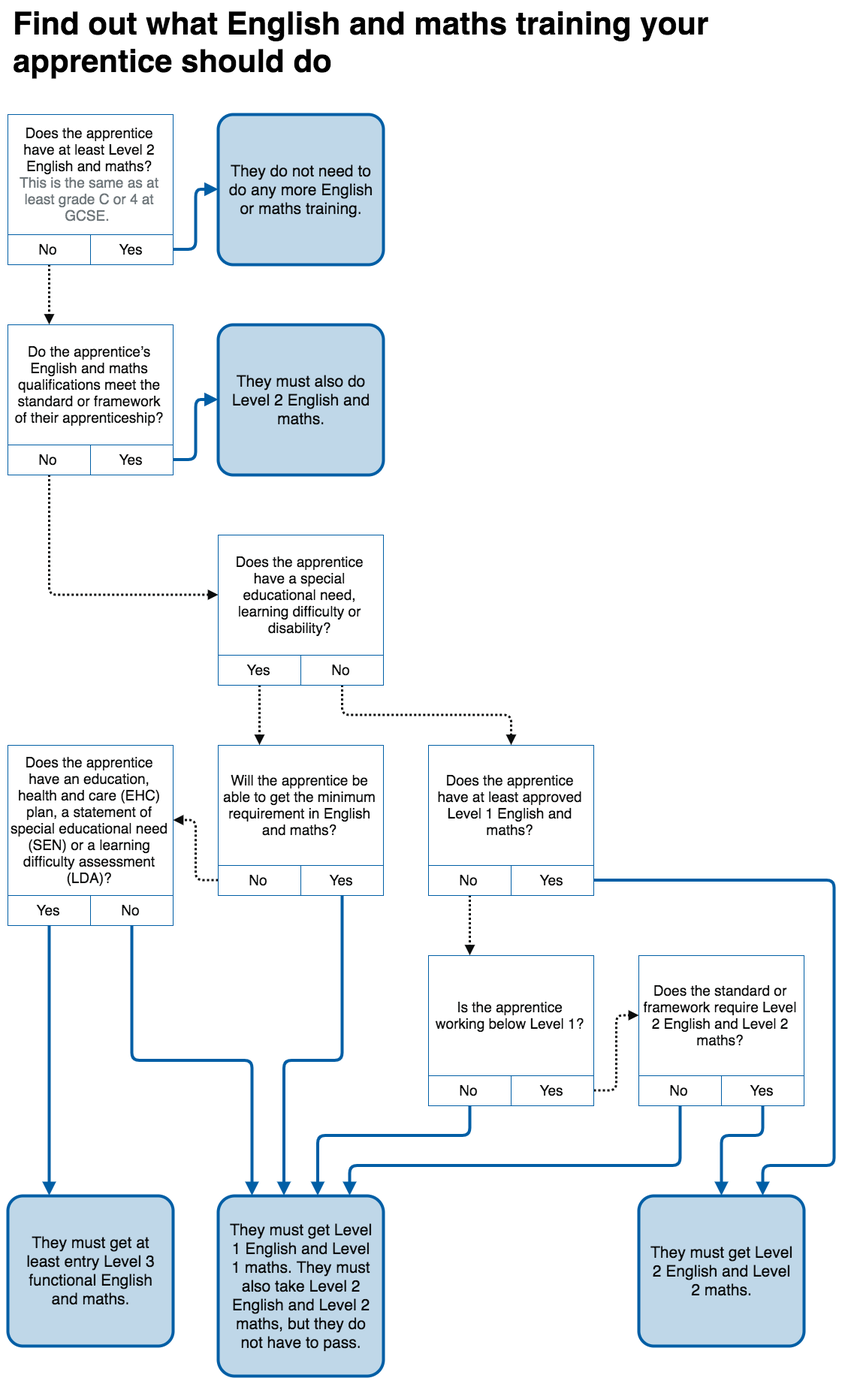
SkillsFundingAgency/das-employer-funding-rules keeps this draw.io diagram as app/assets/images/english-maths-flow-5.png. Above is the earlier version. Source tidied: cells renumbered, new cells last; positions are measured from the earlier drawing's top-left corner, leaving out a move shared by most shapes.
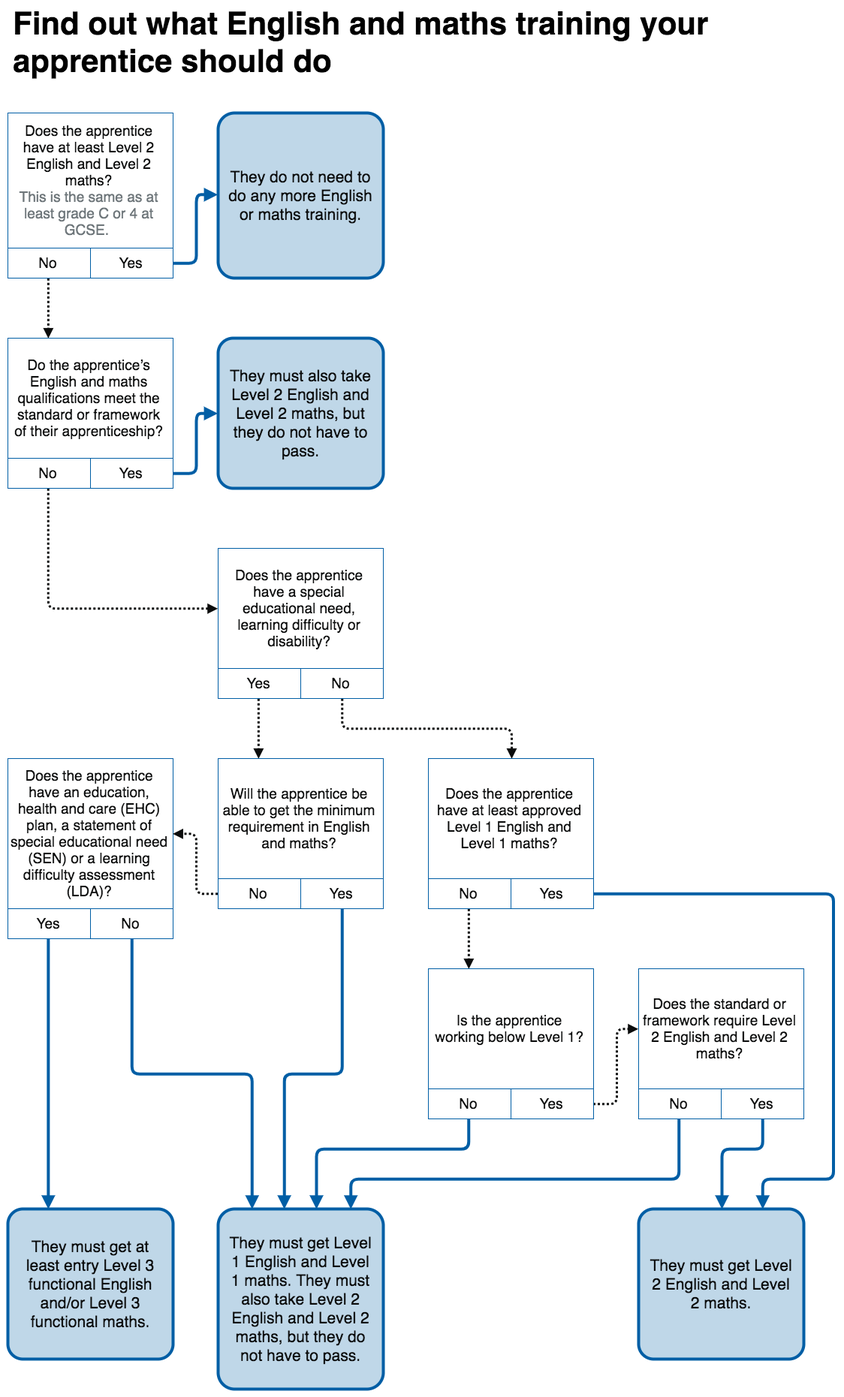
The same file after the commit.

Commit message:
updated flow chart

Diff of the diagram source:
```diff
@@ -3,13 +3,13 @@
     <mxCell id="0" />
     <mxCell id="1" parent="0" />
     <mxCell id="2" style="rounded=0;whiteSpace=wrap;html=1;fontSize=42;strokeColor=none;fillColor=#ffffff;" parent="1" vertex="1">
-      <mxGeometry y="2" width="1120" height="1840" as="geometry" />
+      <mxGeometry y="-18" width="1120" height="1860" as="geometry" />
     </mxCell>
     <mxCell id="3" value="Find out what English and maths training your apprentice should do" style="text;html=1;fontStyle=1;fontSize=42;whiteSpace=wrap;" parent="1" vertex="1">
-      <mxGeometry x="15" width="1000" height="120" as="geometry" />
+      <mxGeometry x="15" y="-18" width="1000" height="120" as="geometry" />
     </mxCell>
-    <mxCell id="4" value="&lt;div title=&quot;Page 1&quot; style=&quot;font-size: 19px&quot;&gt;&lt;div style=&quot;font-size: 19px&quot;&gt;&lt;div style=&quot;font-size: 19px&quot;&gt;&lt;p style=&quot;font-size: 19px&quot;&gt;&lt;span id=&quot;docs-internal-guid-619a9b69-7fff-7688-9db4-f0533b883fa8&quot;&gt;&lt;span&gt;Does the apprentice have at least Level 2 English and maths?&lt;br&gt;&lt;/span&gt;&lt;/span&gt;&lt;font color=&quot;#6f777b&quot;&gt;&lt;span id=&quot;docs-internal-guid-0d3aa4b9-7fff-86e9-03e1-5b283f02abb9&quot;&gt;&lt;span&gt;This is the same as at least &lt;/span&gt;&lt;span&gt;grade C or 4&lt;/span&gt;&lt;span&gt; at GCSE.&lt;/span&gt;&lt;/span&gt;&amp;nbsp;&lt;/font&gt;&lt;/p&gt;&lt;/div&gt;&lt;/div&gt;&lt;/div&gt;" style="text;html=1;strokeColor=#005ea5;fillColor=#FFFFFF;align=center;verticalAlign=middle;whiteSpace=wrap;rounded=0;shadow=0;arcSize=4;spacingLeft=5;spacingBottom=0;spacingTop=0;spacingRight=6;fontColor=#0b0c0c;fontSize=19;strokeWidth=1;" parent="1" vertex="1">
-      <mxGeometry x="10" y="152" width="220" height="160" as="geometry" />
+    <mxCell id="4" value="&lt;div title=&quot;Page 1&quot; style=&quot;font-size: 19px&quot;&gt;&lt;div style=&quot;font-size: 19px&quot;&gt;&lt;div style=&quot;font-size: 19px&quot;&gt;&lt;p style=&quot;font-size: 19px&quot;&gt;&lt;span id=&quot;docs-internal-guid-619a9b69-7fff-7688-9db4-f0533b883fa8&quot;&gt;&lt;span id=&quot;docs-internal-guid-149b77d1-7fff-222d-6128-592a463deae2&quot;&gt;&lt;span&gt;Does the apprentice have at least Level 2 English and Level 2 maths?&lt;/span&gt;&lt;/span&gt;&lt;span&gt;&lt;br&gt;&lt;/span&gt;&lt;/span&gt;&lt;font color=&quot;#6f777b&quot;&gt;&lt;span id=&quot;docs-internal-guid-0d3aa4b9-7fff-86e9-03e1-5b283f02abb9&quot;&gt;&lt;span&gt;This is the same as at least &lt;/span&gt;&lt;span&gt;grade C or 4&lt;/span&gt;&lt;span&gt; at GCSE.&lt;/span&gt;&lt;/span&gt;&amp;nbsp;&lt;/font&gt;&lt;/p&gt;&lt;/div&gt;&lt;/div&gt;&lt;/div&gt;" style="text;html=1;strokeColor=#005ea5;fillColor=#FFFFFF;align=center;verticalAlign=middle;whiteSpace=wrap;rounded=0;shadow=0;arcSize=4;spacingLeft=5;spacingBottom=0;spacingTop=0;spacingRight=6;fontColor=#0b0c0c;fontSize=19;strokeWidth=1;" parent="1" vertex="1">
+      <mxGeometry x="10" y="132" width="220" height="180" as="geometry" />
     </mxCell>
     <mxCell id="5" style="edgeStyle=orthogonalEdgeStyle;rounded=1;jettySize=auto;html=1;exitX=0.5;exitY=1;exitDx=0;exitDy=0;entryX=0.25;entryY=0;entryDx=0;entryDy=0;fontSize=12;fontColor=#0b0c0c;strokeColor=#0B0C0C;strokeWidth=3;endFill=1;endArrow=block;endSize=6;startSize=6;dashed=1;dashPattern=1 1;" parent="1" edge="1" source="6" target="10">
       <mxGeometry relative="1" as="geometry" />
@@ -24,7 +24,7 @@
       <mxGeometry x="120" y="312" width="110" height="40" as="geometry" />
     </mxCell>
     <mxCell id="9" value="&lt;div title=&quot;Page 1&quot; style=&quot;font-size: 21px&quot;&gt;&lt;div style=&quot;font-size: 21px&quot;&gt;&lt;div style=&quot;font-size: 21px&quot;&gt;&lt;p style=&quot;font-size: 21px&quot;&gt;&lt;span id=&quot;docs-internal-guid-041618bf-7fff-ed1a-0702-a3ffd5bd8b3d&quot;&gt;&lt;span&gt;They do not need to do any more English or maths training.&lt;/span&gt;&lt;/span&gt;&lt;br&gt;&lt;/p&gt;&lt;/div&gt;&lt;/div&gt;&lt;/div&gt;" style="text;html=1;strokeColor=#005EA5;fillColor=#BFD7E8;align=center;verticalAlign=middle;whiteSpace=wrap;rounded=1;shadow=0;arcSize=10;spacingLeft=10;spacingBottom=5;spacingTop=5;spacingRight=10;fontColor=#0b0c0c;fontSize=21;strokeWidth=4;perimeterSpacing=0;" parent="1" vertex="1">
-      <mxGeometry x="290" y="152" width="220" height="200" as="geometry" />
+      <mxGeometry x="290" y="132" width="220" height="220" as="geometry" />
     </mxCell>
     <mxCell id="10" value="&lt;div title=&quot;Page 1&quot; style=&quot;font-size: 19px&quot;&gt;&lt;div style=&quot;font-size: 19px&quot;&gt;&lt;div style=&quot;font-size: 19px&quot;&gt;&lt;p style=&quot;font-size: 19px&quot;&gt;&lt;span id=&quot;docs-internal-guid-953ac3ef-7fff-beaa-cc6a-ce8884358d09&quot;&gt;&lt;span&gt;Do the apprentice’s English and maths qualifications meet the standard or framework of their apprenticeship?&lt;/span&gt;&lt;/span&gt;&lt;br&gt;&lt;/p&gt;&lt;/div&gt;&lt;/div&gt;&lt;/div&gt;" style="text;html=1;strokeColor=#005ea5;fillColor=#FFFFFF;align=center;verticalAlign=middle;whiteSpace=wrap;rounded=0;shadow=0;arcSize=4;spacingLeft=5;spacingBottom=0;spacingTop=0;spacingRight=6;fontColor=#0b0c0c;fontSize=19;strokeWidth=1;" parent="1" vertex="1">
       <mxGeometry x="10" y="432" width="220" height="160" as="geometry" />
@@ -41,7 +41,7 @@
     <mxCell id="14" value="&lt;div title=&quot;Page 1&quot; style=&quot;font-size: 19px&quot;&gt;&lt;div style=&quot;font-size: 19px&quot;&gt;&lt;div style=&quot;font-size: 19px&quot;&gt;&lt;p style=&quot;font-size: 19px&quot;&gt;&lt;span style=&quot;font-size: 19px&quot;&gt;Yes&lt;/span&gt;&lt;/p&gt;&lt;/div&gt;&lt;/div&gt;&lt;/div&gt;" style="text;html=1;strokeColor=#005ea5;fillColor=#FFFFFF;align=center;verticalAlign=middle;whiteSpace=wrap;rounded=0;shadow=0;arcSize=8;spacingLeft=10;spacingBottom=5;spacingTop=5;spacingRight=10;fontSize=19;strokeWidth=1;fontColor=#0b0c0c;" parent="1" vertex="1">
       <mxGeometry x="120" y="592" width="110" height="40" as="geometry" />
     </mxCell>
-    <mxCell id="15" value="&lt;div title=&quot;Page 1&quot; style=&quot;font-size: 21px&quot;&gt;&lt;div style=&quot;font-size: 21px&quot;&gt;&lt;div style=&quot;font-size: 21px&quot;&gt;&lt;p style=&quot;font-size: 21px&quot;&gt;&lt;span id=&quot;docs-internal-guid-5a61221d-7fff-0d06-3642-ed7ca4211472&quot;&gt;&lt;span&gt;They must also do Level 2 English and maths.&lt;/span&gt;&lt;/span&gt;&lt;br&gt;&lt;/p&gt;&lt;/div&gt;&lt;/div&gt;&lt;/div&gt;" style="text;html=1;strokeColor=#005EA5;fillColor=#bfd7e8;align=center;verticalAlign=middle;whiteSpace=wrap;rounded=1;shadow=0;arcSize=10;spacingLeft=10;spacingBottom=5;spacingTop=5;spacingRight=10;fontColor=#0b0c0c;fontSize=21;strokeWidth=4;perimeterSpacing=0;" parent="1" vertex="1">
+    <mxCell id="15" value="&lt;div title=&quot;Page 1&quot; style=&quot;font-size: 21px&quot;&gt;&lt;div style=&quot;font-size: 21px&quot;&gt;&lt;div style=&quot;font-size: 21px&quot;&gt;&lt;p style=&quot;font-size: 21px&quot;&gt;&lt;span id=&quot;docs-internal-guid-025bfbf8-7fff-d5bd-c698-0431e62af87a&quot;&gt;&lt;span&gt;They must also take Level 2 English and Level 2 maths, but they do not have to pass.&lt;/span&gt;&lt;/span&gt;&lt;br&gt;&lt;/p&gt;&lt;/div&gt;&lt;/div&gt;&lt;/div&gt;" style="text;html=1;strokeColor=#005EA5;fillColor=#bfd7e8;align=center;verticalAlign=middle;whiteSpace=wrap;rounded=1;shadow=0;arcSize=10;spacingLeft=10;spacingBottom=5;spacingTop=5;spacingRight=10;fontColor=#0b0c0c;fontSize=21;strokeWidth=4;perimeterSpacing=0;" parent="1" vertex="1">
       <mxGeometry x="290" y="432" width="220" height="200" as="geometry" />
     </mxCell>
     <mxCell id="16" value="&lt;div title=&quot;Page 1&quot; style=&quot;font-size: 19px&quot;&gt;&lt;div style=&quot;font-size: 19px&quot;&gt;&lt;div style=&quot;font-size: 19px&quot;&gt;&lt;p style=&quot;font-size: 19px&quot;&gt;&lt;span id=&quot;docs-internal-guid-9d29017a-7fff-1d35-b790-4965e5e325fb&quot;&gt;&lt;span&gt;Does the apprentice have an education, health and care (EHC) plan, a statement of special educational need (SEN) or a learning difficulty assessment (LDA)?&lt;/span&gt;&lt;/span&gt;&lt;br&gt;&lt;/p&gt;&lt;/div&gt;&lt;/div&gt;&lt;/div&gt;" style="text;html=1;strokeColor=#005ea5;fillColor=#FFFFFF;align=center;verticalAlign=middle;whiteSpace=wrap;rounded=0;shadow=0;arcSize=4;spacingLeft=2;spacingBottom=0;spacingTop=0;spacingRight=2;fontColor=#0b0c0c;fontSize=19;strokeWidth=1;" parent="1" vertex="1">
@@ -94,13 +94,13 @@
     <mxCell id="30" value="&lt;div title=&quot;Page 1&quot; style=&quot;font-size: 19px&quot;&gt;&lt;div style=&quot;font-size: 19px&quot;&gt;&lt;div style=&quot;font-size: 19px&quot;&gt;&lt;p style=&quot;font-size: 19px&quot;&gt;&lt;span style=&quot;font-size: 19px&quot;&gt;Yes&lt;/span&gt;&lt;/p&gt;&lt;/div&gt;&lt;/div&gt;&lt;/div&gt;" style="text;html=1;strokeColor=#005ea5;fillColor=#FFFFFF;align=center;verticalAlign=middle;whiteSpace=wrap;rounded=0;shadow=0;arcSize=8;spacingLeft=10;spacingBottom=5;spacingTop=5;spacingRight=10;fontSize=19;strokeWidth=1;fontColor=#0b0c0c;" parent="1" vertex="1">
       <mxGeometry x="400" y="1152" width="110" height="40" as="geometry" />
     </mxCell>
-    <mxCell id="31" value="&lt;div title=&quot;Page 1&quot; style=&quot;font-size: 21px&quot;&gt;&lt;div style=&quot;font-size: 21px&quot;&gt;&lt;div style=&quot;font-size: 21px&quot;&gt;&lt;p style=&quot;font-size: 21px&quot;&gt;&lt;span id=&quot;docs-internal-guid-b0915981-7fff-2b9d-f6ab-37f924bb2012&quot;&gt;&lt;span&gt;They must get at least entry Level 3 functional English and maths.&lt;/span&gt;&lt;/span&gt;&lt;br&gt;&lt;/p&gt;&lt;/div&gt;&lt;/div&gt;&lt;/div&gt;" style="text;html=1;strokeColor=#005EA5;fillColor=#bfd7e8;align=center;verticalAlign=middle;whiteSpace=wrap;rounded=1;shadow=0;arcSize=10;spacingLeft=10;spacingBottom=5;spacingTop=5;spacingRight=10;fontColor=#0b0c0c;fontSize=21;strokeWidth=4;perimeterSpacing=0;" parent="1" vertex="1">
+    <mxCell id="31" value="&lt;div title=&quot;Page 1&quot; style=&quot;font-size: 21px&quot;&gt;&lt;div style=&quot;font-size: 21px&quot;&gt;&lt;div style=&quot;font-size: 21px&quot;&gt;&lt;p style=&quot;font-size: 21px&quot;&gt;&lt;span id=&quot;docs-internal-guid-cd27746a-7fff-3627-8b61-ce6ed175f256&quot;&gt;&lt;span&gt;They must get at least entry Level 3 functional English and/or Level 3 functional maths.&lt;/span&gt;&lt;/span&gt;&lt;br&gt;&lt;/p&gt;&lt;/div&gt;&lt;/div&gt;&lt;/div&gt;" style="text;html=1;strokeColor=#005EA5;fillColor=#bfd7e8;align=center;verticalAlign=middle;whiteSpace=wrap;rounded=1;shadow=0;arcSize=10;spacingLeft=10;spacingBottom=5;spacingTop=5;spacingRight=10;fontColor=#0b0c0c;fontSize=21;strokeWidth=4;perimeterSpacing=0;" parent="1" vertex="1">
       <mxGeometry x="10" y="1592" width="220" height="200" as="geometry" />
     </mxCell>
     <mxCell id="32" value="&lt;div title=&quot;Page 1&quot; style=&quot;font-size: 21px&quot;&gt;&lt;div style=&quot;font-size: 21px&quot;&gt;&lt;div style=&quot;font-size: 21px&quot;&gt;&lt;p style=&quot;font-size: 21px&quot;&gt;&lt;span id=&quot;docs-internal-guid-c77249c5-7fff-5600-87ff-c3a7377e780a&quot;&gt;&lt;span&gt;They must get Level 1 English and Level 1 maths. They must also take Level 2 English and Level 2 maths, but they do not have to pass.&lt;/span&gt;&lt;/span&gt;&lt;br&gt;&lt;/p&gt;&lt;/div&gt;&lt;/div&gt;&lt;/div&gt;" style="text;html=1;strokeColor=#005EA5;fillColor=#bfd7e8;align=center;verticalAlign=middle;whiteSpace=wrap;rounded=1;shadow=0;arcSize=10;spacingLeft=10;spacingBottom=5;spacingTop=5;spacingRight=10;fontColor=#0b0c0c;fontSize=21;strokeWidth=4;perimeterSpacing=0;points=[[0.2,0],[0.4,0],[0.6,0],[0.8,0],[0,0.25],[0,0.5],[0,0.75],[0.25,1],[0.5,1],[0.75,1],[1,0.25],[1,0.5],[1,0.75]];" parent="1" vertex="1">
       <mxGeometry x="290" y="1592" width="220" height="240" as="geometry" />
     </mxCell>
-    <mxCell id="33" value="&lt;div title=&quot;Page 1&quot; style=&quot;font-size: 19px&quot;&gt;&lt;div style=&quot;font-size: 19px&quot;&gt;&lt;div style=&quot;font-size: 19px&quot;&gt;&lt;p style=&quot;font-size: 19px&quot;&gt;&lt;span id=&quot;docs-internal-guid-c119dbf8-7fff-3bf5-a99c-f4cdb9d57ad8&quot;&gt;&lt;span&gt;D&lt;/span&gt;&lt;span&gt;oes the apprentice have at least approved Level 1 English and maths?&lt;/span&gt;&lt;/span&gt;&lt;br&gt;&lt;/p&gt;&lt;/div&gt;&lt;/div&gt;&lt;/div&gt;" style="text;html=1;strokeColor=#005ea5;fillColor=#FFFFFF;align=center;verticalAlign=middle;whiteSpace=wrap;rounded=0;shadow=0;arcSize=4;spacingLeft=5;spacingBottom=0;spacingTop=0;spacingRight=6;fontColor=#0b0c0c;fontSize=19;strokeWidth=1;" parent="1" vertex="1">
+    <mxCell id="33" value="&lt;div title=&quot;Page 1&quot; style=&quot;font-size: 19px&quot;&gt;&lt;div style=&quot;font-size: 19px&quot;&gt;&lt;div style=&quot;font-size: 19px&quot;&gt;&lt;p style=&quot;font-size: 19px&quot;&gt;&lt;span id=&quot;docs-internal-guid-99ec3446-7fff-8805-0a93-aeb840a6f0d2&quot;&gt;&lt;span&gt;Do&lt;/span&gt;&lt;span&gt;es the apprentice have at least approved Level 1 English and Level 1 maths?&lt;/span&gt;&lt;/span&gt;&lt;br&gt;&lt;/p&gt;&lt;/div&gt;&lt;/div&gt;&lt;/div&gt;" style="text;html=1;strokeColor=#005ea5;fillColor=#FFFFFF;align=center;verticalAlign=middle;whiteSpace=wrap;rounded=0;shadow=0;arcSize=4;spacingLeft=5;spacingBottom=0;spacingTop=0;spacingRight=6;fontColor=#0b0c0c;fontSize=19;strokeWidth=1;" parent="1" vertex="1">
       <mxGeometry x="570" y="992" width="220" height="160" as="geometry" />
     </mxCell>
     <mxCell id="34" style="edgeStyle=orthogonalEdgeStyle;rounded=1;jettySize=auto;html=1;exitX=0.5;exitY=1;exitDx=0;exitDy=0;entryX=0.25;entryY=0;entryDx=0;entryDy=0;fontSize=12;fontColor=#0b0c0c;strokeColor=#0B0C0C;strokeWidth=3;endFill=1;endArrow=block;endSize=6;startSize=6;dashed=1;dashPattern=1 1;" parent="1" edge="1" source="35" target="39">
```
